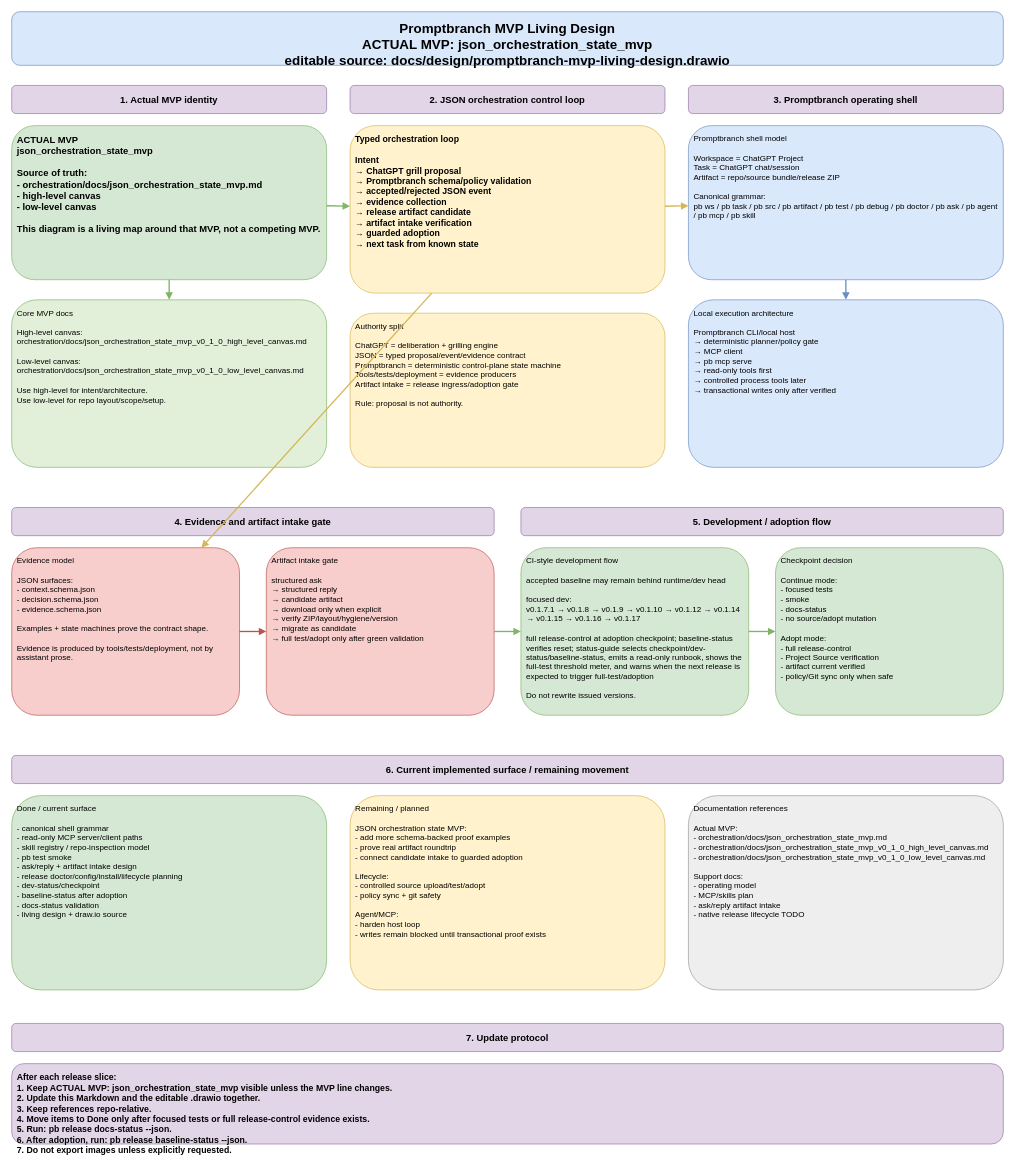
This is docs/design/promptbranch-mvp-living-design.drawio from spikkie/promptbranch, a draw.io file, before an edit. Source tidied: cells renumbered, new cells numbered last; positions are measured from the earlier drawing's top-left corner, leaving out a move shared by most shapes. Both pictures are drawn from the tidied source at 67%, with x=0, y=0 at pixel (11, 11).
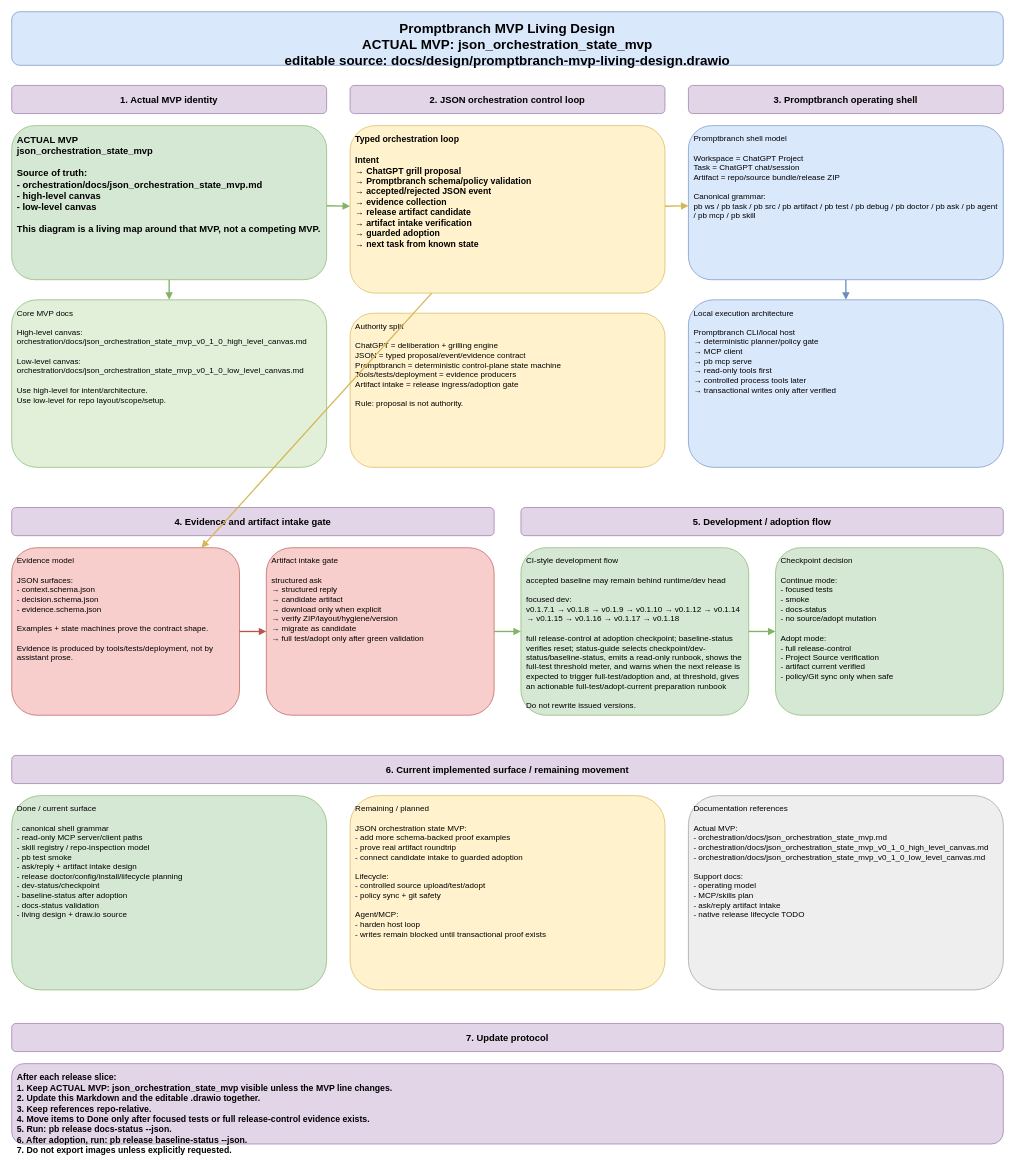
Above is the later version.

Diff of the diagram source:
```diff
@@
-    <mxCell id="20" value="CI-style development flow&#10;&#10;accepted baseline may remain behind runtime/dev head&#10;&#10;focused dev:&#10;v0.1.7.1 → v0.1.8 → v0.1.9 → v0.1.10 → v0.1.12 → v0.1.14 → v0.1.15 → v0.1.16 → v0.1.17&#10;&#10;full release-control at adoption checkpoint; baseline-status verifies reset; status-guide selects checkpoint/dev-status/baseline-status, emits a read-only runbook, shows the full-test threshold meter, and warns when the next release is expected to trigger full-test/adoption&#10;&#10;Do not rewrite issued versions." style="rounded=1;whiteSpace=wrap;html=1;fillColor=#d5e8d4;strokeColor=#82b366;fontSize=12;align=left;verticalAlign=top;spacing=8;" parent="1" vertex="1">
+    <mxCell id="20" value="CI-style development flow&#10;&#10;accepted baseline may remain behind runtime/dev head&#10;&#10;focused dev:&#10;v0.1.7.1 → v0.1.8 → v0.1.9 → v0.1.10 → v0.1.12 → v0.1.14 → v0.1.15 → v0.1.16 → v0.1.17 → v0.1.18&#10;&#10;full release-control at adoption checkpoint; baseline-status verifies reset; status-guide selects checkpoint/dev-status/baseline-status, emits a read-only runbook, shows the full-test threshold meter, and warns when the next release is expected to trigger full-test/adoption and, at threshold, gives an actionable full-test/adopt-current preparation runbook&#10;&#10;Do not rewrite issued versions." style="rounded=1;whiteSpace=wrap;html=1;fillColor=#d5e8d4;strokeColor=#82b366;fontSize=12;align=left;verticalAlign=top;spacing=8;" parent="1" vertex="1">
       <mxGeometry x="760" y="800" width="340" height="250" as="geometry" />
     </mxCell>
```
